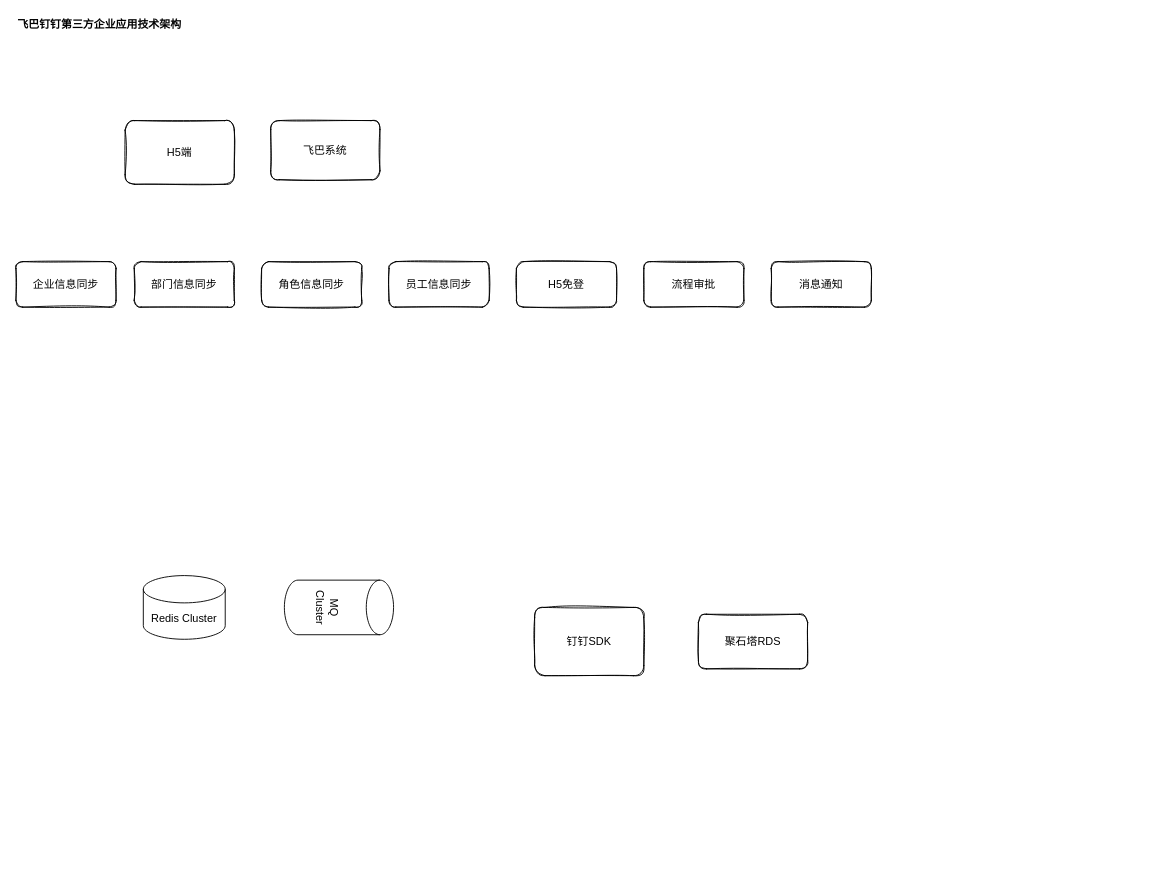
This is page "architecture_3rd" (3 of 3) of src/work/flyby/present/dingtalk-proxy-architecture.drawio from ab-doc/draw.io, a draw.io file, before an edit. Source tidied: cells renumbered, new cells numbered last; positions are measured from the earlier drawing's top-left corner, leaving out a move shared by most shapes. Both pictures are drawn from the tidied source at 91%, with x=0, y=0 at pixel (15, 15).
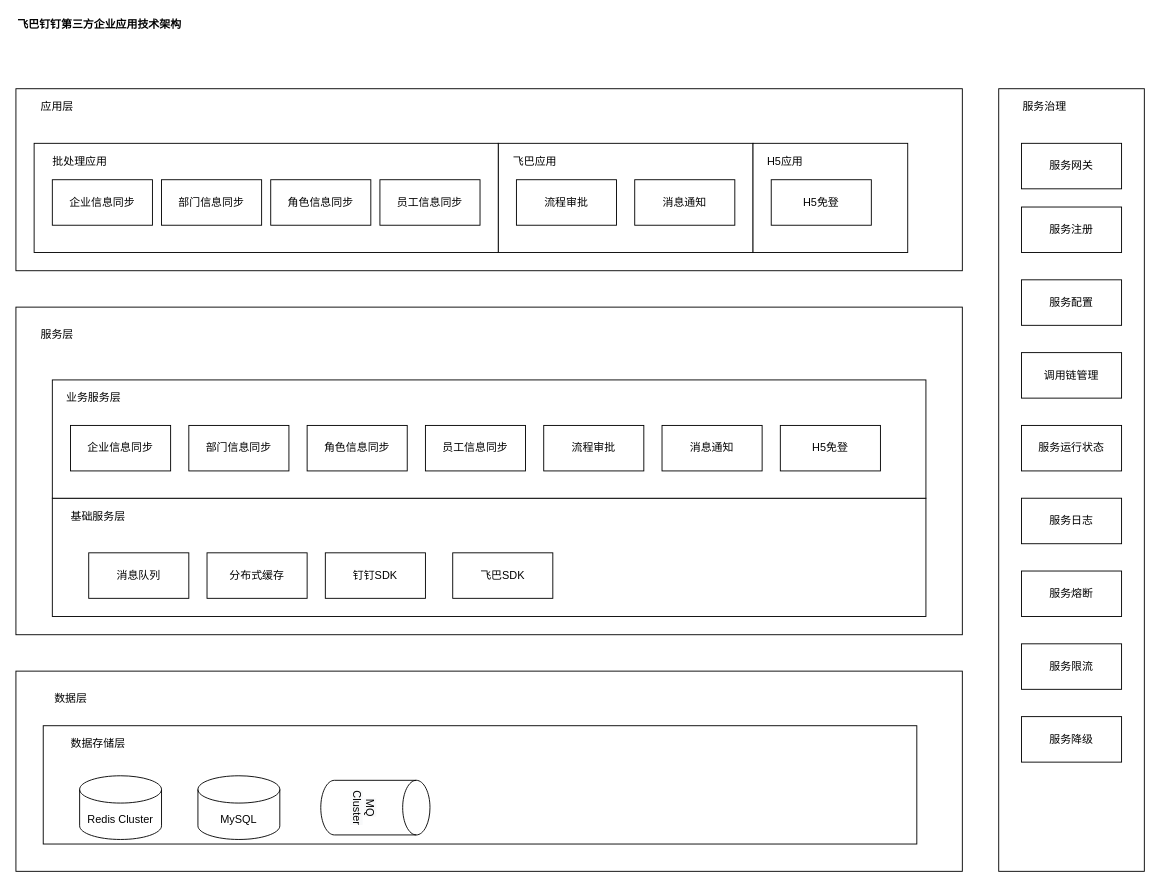
Above is the later version.

Change to the diagram source:
```diff
@@
+    <mxCell id="16" style="whiteSpace=wrap;html=1;" parent="1" vertex="1">
+      <mxGeometry y="720" width="1040" height="220" as="geometry" />
+    </mxCell>
+    <mxCell id="17" style="whiteSpace=wrap;html=1;" parent="1" vertex="1">
+      <mxGeometry y="320" width="1040" height="360" as="geometry" />
+    </mxCell>
+    <mxCell id="18" style="whiteSpace=wrap;html=1;" parent="1" vertex="1">
+      <mxGeometry y="80" width="1040" height="200" as="geometry" />
+    </mxCell>
+    <mxCell id="19" style="whiteSpace=wrap;html=1;" parent="1" vertex="1">
+      <mxGeometry x="30" y="780" width="960" height="130" as="geometry" />
+    </mxCell>
+    <mxCell id="20" style="whiteSpace=wrap;html=1;" parent="1" vertex="1">
+      <mxGeometry x="40" y="530" width="960" height="130" as="geometry" />
+    </mxCell>
+    <mxCell id="21" style="whiteSpace=wrap;html=1;" parent="1" vertex="1">
+      <mxGeometry x="40" y="400" width="960" height="130" as="geometry" />
+    </mxCell>
+    <mxCell id="22" style="whiteSpace=wrap;html=1;" parent="1" vertex="1">
+      <mxGeometry x="530" y="140" width="280" height="120" as="geometry" />
+    </mxCell>
-    <mxCell id="2" value="钉钉SDK" style="whiteSpace=wrap;html=1;sketch=1;rounded=1;" parent="1" vertex="1">
-      <mxGeometry x="570" y="650" width="120" height="75" as="geometry" />
+    <mxCell id="2" value="钉钉SDK" style="whiteSpace=wrap;html=1;" parent="1" vertex="1">
+      <mxGeometry x="340" y="590" width="110" height="50" as="geometry" />
     </mxCell>
-    <mxCell id="3" value="聚石塔RDS" style="whiteSpace=wrap;html=1;sketch=1;rounded=1;" parent="1" vertex="1">
-      <mxGeometry x="750" y="657.5" width="120" height="60" as="geometry" />
-    </mxCell>
-    <mxCell id="4" value="流程审批" style="whiteSpace=wrap;html=1;sketch=1;rounded=1;" parent="1" vertex="1">
-      <mxGeometry x="690" y="270" width="110" height="50" as="geometry" />
+    <mxCell id="4" value="流程审批" style="whiteSpace=wrap;html=1;" parent="1" vertex="1">
+      <mxGeometry x="550" y="180" width="110" height="50" as="geometry" />
     </mxCell>
-    <mxCell id="5" value="飞巴系统" style="whiteSpace=wrap;html=1;sketch=1;rounded=1;" parent="1" vertex="1">
-      <mxGeometry x="280" y="115" width="120" height="65" as="geometry" />
+    <mxCell id="5" style="whiteSpace=wrap;html=1;" parent="1" vertex="1">
+      <mxGeometry x="20" y="140" width="510" height="120" as="geometry" />
     </mxCell>
-    <mxCell id="6" value="Redis Cluster" style="shape=cylinder3;whiteSpace=wrap;html=1;boundedLbl=1;backgroundOutline=1;size=15;rounded=0;sketch=0;" parent="1" vertex="1">
-      <mxGeometry x="140" y="615" width="90" height="70" as="geometry" />
+    <mxCell id="6" value="Redis Cluster" style="shape=cylinder3;whiteSpace=wrap;html=1;boundedLbl=1;backgroundOutline=1;size=15;" parent="1" vertex="1">
+      <mxGeometry x="70" y="835" width="90" height="70" as="geometry" />
     </mxCell>
-    <mxCell id="7" value="MQ Cluster" style="shape=cylinder3;whiteSpace=wrap;html=1;boundedLbl=1;backgroundOutline=1;size=15;rounded=0;sketch=0;rotation=90;" parent="1" vertex="1">
-      <mxGeometry x="325" y="590" width="60" height="120" as="geometry" />
-    </mxCell>
-    <mxCell id="8" value="H5端" style="whiteSpace=wrap;html=1;sketch=1;rounded=1;" parent="1" vertex="1">
-      <mxGeometry x="120" y="115" width="120" height="70" as="geometry" />
+    <mxCell id="8" style="whiteSpace=wrap;html=1;" parent="1" vertex="1">
+      <mxGeometry x="810" y="140" width="170" height="120" as="geometry" />
     </mxCell>
@@
-    <mxCell id="10" value="企业信息同步" style="whiteSpace=wrap;html=1;sketch=1;rounded=1;" parent="1" vertex="1">
-      <mxGeometry y="270" width="110" height="50" as="geometry" />
+    <mxCell id="10" value="企业信息同步" style="whiteSpace=wrap;html=1;" parent="1" vertex="1">
+      <mxGeometry x="40" y="180" width="110" height="50" as="geometry" />
     </mxCell>
-    <mxCell id="11" value="部门信息同步" style="whiteSpace=wrap;html=1;sketch=1;rounded=1;" parent="1" vertex="1">
-      <mxGeometry x="130" y="270" width="110" height="50" as="geometry" />
+    <mxCell id="11" value="部门信息同步" style="whiteSpace=wrap;html=1;" parent="1" vertex="1">
+      <mxGeometry x="160" y="180" width="110" height="50" as="geometry" />
     </mxCell>
-    <mxCell id="12" value="角色信息同步" style="whiteSpace=wrap;html=1;sketch=1;rounded=1;" parent="1" vertex="1">
-      <mxGeometry x="270" y="270" width="110" height="50" as="geometry" />
+    <mxCell id="12" value="角色信息同步" style="whiteSpace=wrap;html=1;" parent="1" vertex="1">
+      <mxGeometry x="280" y="180" width="110" height="50" as="geometry" />
     </mxCell>
-    <mxCell id="13" value="员工信息同步" style="whiteSpace=wrap;html=1;sketch=1;rounded=1;" parent="1" vertex="1">
-      <mxGeometry x="410" y="270" width="110" height="50" as="geometry" />
+    <mxCell id="13" value="员工信息同步" style="whiteSpace=wrap;html=1;" parent="1" vertex="1">
+      <mxGeometry x="400" y="180" width="110" height="50" as="geometry" />
     </mxCell>
-    <mxCell id="14" value="H5免登" style="whiteSpace=wrap;html=1;sketch=1;rounded=1;" parent="1" vertex="1">
-      <mxGeometry x="550" y="270" width="110" height="50" as="geometry" />
+    <mxCell id="14" value="H5免登" style="whiteSpace=wrap;html=1;" parent="1" vertex="1">
+      <mxGeometry x="830" y="180" width="110" height="50" as="geometry" />
     </mxCell>
-    <mxCell id="15" value="消息通知" style="whiteSpace=wrap;html=1;sketch=1;rounded=1;" parent="1" vertex="1">
-      <mxGeometry x="830" y="270" width="110" height="50" as="geometry" />
-    </mxCell>
+    <mxCell id="23" value="流程审批" style="whiteSpace=wrap;html=1;" parent="1" vertex="1">
+      <mxGeometry x="580" y="450" width="110" height="50" as="geometry" />
+    </mxCell>
+    <mxCell id="24" value="企业信息同步" style="whiteSpace=wrap;html=1;" parent="1" vertex="1">
+      <mxGeometry x="60" y="450" width="110" height="50" as="geometry" />
+    </mxCell>
+    <mxCell id="25" value="部门信息同步" style="whiteSpace=wrap;html=1;" parent="1" vertex="1">
+      <mxGeometry x="190" y="450" width="110" height="50" as="geometry" />
+    </mxCell>
+    <mxCell id="26" value="角色信息同步" style="whiteSpace=wrap;html=1;" parent="1" vertex="1">
+      <mxGeometry x="320" y="450" width="110" height="50" as="geometry" />
+    </mxCell>
+    <mxCell id="27" value="员工信息同步" style="whiteSpace=wrap;html=1;" parent="1" vertex="1">
+      <mxGeometry x="450" y="450" width="110" height="50" as="geometry" />
+    </mxCell>
+    <mxCell id="28" value="H5免登" style="whiteSpace=wrap;html=1;" parent="1" vertex="1">
+      <mxGeometry x="840" y="450" width="110" height="50" as="geometry" />
+    </mxCell>
+    <mxCell id="29" value="消息通知" style="whiteSpace=wrap;html=1;" parent="1" vertex="1">
+      <mxGeometry x="710" y="450" width="110" height="50" as="geometry" />
+    </mxCell>
+    <mxCell id="30" value="&lt;span style=&quot;background-color: rgb(255 , 255 , 255)&quot;&gt;消息队列&lt;/span&gt;" style="whiteSpace=wrap;html=1;" parent="1" vertex="1">
+      <mxGeometry x="80" y="590" width="110" height="50" as="geometry" />
+    </mxCell>
+    <mxCell id="31" value="MySQL" style="shape=cylinder3;whiteSpace=wrap;html=1;boundedLbl=1;backgroundOutline=1;size=15;" parent="1" vertex="1">
+      <mxGeometry x="200" y="835" width="90" height="70" as="geometry" />
+    </mxCell>
+    <mxCell id="32" value="飞巴SDK" style="whiteSpace=wrap;html=1;" parent="1" vertex="1">
+      <mxGeometry x="480" y="590" width="110" height="50" as="geometry" />
+    </mxCell>
+    <mxCell id="7" value="&lt;span style=&quot;background-color: rgb(248 , 249 , 250)&quot;&gt;MQ Cluster&lt;/span&gt;" style="shape=cylinder3;whiteSpace=wrap;html=1;boundedLbl=1;backgroundOutline=1;size=15;rotation=90;" parent="1" vertex="1">
+      <mxGeometry x="365" y="810" width="60" height="120" as="geometry" />
+    </mxCell>
+    <mxCell id="33" value="消息通知" style="whiteSpace=wrap;html=1;" parent="1" vertex="1">
+      <mxGeometry x="680" y="180" width="110" height="50" as="geometry" />
+    </mxCell>
+    <mxCell id="34" value="批处理应用" style="text;html=1;align=center;verticalAlign=middle;" parent="1" vertex="1">
+      <mxGeometry x="30" y="150" width="80" height="20" as="geometry" />
+    </mxCell>
+    <mxCell id="35" value="&lt;span&gt;飞巴应用&lt;/span&gt;" style="text;html=1;align=center;verticalAlign=middle;" parent="1" vertex="1">
+      <mxGeometry x="540" y="150" width="60" height="20" as="geometry" />
+    </mxCell>
+    <mxCell id="36" value="&lt;span&gt;H5应用&lt;/span&gt;" style="text;html=1;align=center;verticalAlign=middle;" parent="1" vertex="1">
+      <mxGeometry x="820" y="150" width="50" height="20" as="geometry" />
+    </mxCell>
+    <mxCell id="37" value="业务服务层" style="text;html=1;align=center;verticalAlign=middle;" parent="1" vertex="1">
+      <mxGeometry x="45" y="410" width="80" height="20" as="geometry" />
+    </mxCell>
+    <mxCell id="38" value="&lt;span style=&quot;background-color: rgb(255 , 255 , 255)&quot;&gt;分布式缓存&lt;/span&gt;" style="whiteSpace=wrap;html=1;" parent="1" vertex="1">
+      <mxGeometry x="210" y="590" width="110" height="50" as="geometry" />
+    </mxCell>
+    <mxCell id="39" value="基础服务层" style="text;html=1;align=center;verticalAlign=middle;" parent="1" vertex="1">
+      <mxGeometry x="50" y="540" width="80" height="20" as="geometry" />
+    </mxCell>
+    <mxCell id="40" value="数据存储层" style="text;html=1;align=center;verticalAlign=middle;" parent="1" vertex="1">
+      <mxGeometry x="50" y="790" width="80" height="20" as="geometry" />
+    </mxCell>
+    <mxCell id="41" value="应用层" style="text;html=1;align=center;verticalAlign=middle;" parent="1" vertex="1">
+      <mxGeometry x="20" y="90" width="50" height="20" as="geometry" />
+    </mxCell>
+    <mxCell id="42" value="服务层" style="text;html=1;align=center;verticalAlign=middle;" parent="1" vertex="1">
+      <mxGeometry x="20" y="340" width="50" height="20" as="geometry" />
+    </mxCell>
+    <mxCell id="43" value="数据层" style="text;html=1;align=center;verticalAlign=middle;" parent="1" vertex="1">
+      <mxGeometry x="35" y="740" width="50" height="20" as="geometry" />
+    </mxCell>
+    <mxCell id="44" style="whiteSpace=wrap;html=1;" parent="1" vertex="1">
+      <mxGeometry x="1080" y="80" width="160" height="860" as="geometry" />
+    </mxCell>
+    <mxCell id="45" value="服务注册" style="whiteSpace=wrap;html=1;" parent="1" vertex="1">
+      <mxGeometry x="1105" y="210" width="110" height="50" as="geometry" />
+    </mxCell>
+    <mxCell id="46" value="服务配置" style="whiteSpace=wrap;html=1;" parent="1" vertex="1">
+      <mxGeometry x="1105" y="290" width="110" height="50" as="geometry" />
+    </mxCell>
+    <mxCell id="47" value="服务治理" style="text;html=1;align=center;verticalAlign=middle;" parent="1" vertex="1">
+      <mxGeometry x="1100" y="90" width="60" height="20" as="geometry" />
+    </mxCell>
+    <mxCell id="48" value="调用链管理" style="whiteSpace=wrap;html=1;" parent="1" vertex="1">
+      <mxGeometry x="1105" y="370" width="110" height="50" as="geometry" />
+    </mxCell>
+    <mxCell id="49" value="服务运行状态" style="whiteSpace=wrap;html=1;" parent="1" vertex="1">
+      <mxGeometry x="1105" y="450" width="110" height="50" as="geometry" />
+    </mxCell>
+    <mxCell id="50" value="服务日志" style="whiteSpace=wrap;html=1;" parent="1" vertex="1">
+      <mxGeometry x="1105" y="530" width="110" height="50" as="geometry" />
+    </mxCell>
+    <mxCell id="51" value="服务网关" style="whiteSpace=wrap;html=1;" parent="1" vertex="1">
+      <mxGeometry x="1105" y="140" width="110" height="50" as="geometry" />
+    </mxCell>
+    <mxCell id="52" value="服务熔断" style="whiteSpace=wrap;html=1;" parent="1" vertex="1">
+      <mxGeometry x="1105" y="610" width="110" height="50" as="geometry" />
+    </mxCell>
+    <mxCell id="53" value="服务限流" style="whiteSpace=wrap;html=1;" parent="1" vertex="1">
+      <mxGeometry x="1105" y="690" width="110" height="50" as="geometry" />
+    </mxCell>
+    <mxCell id="54" value="服务降级" style="whiteSpace=wrap;html=1;" parent="1" vertex="1">
+      <mxGeometry x="1105" y="770" width="110" height="50" as="geometry" />
+    </mxCell>
```
